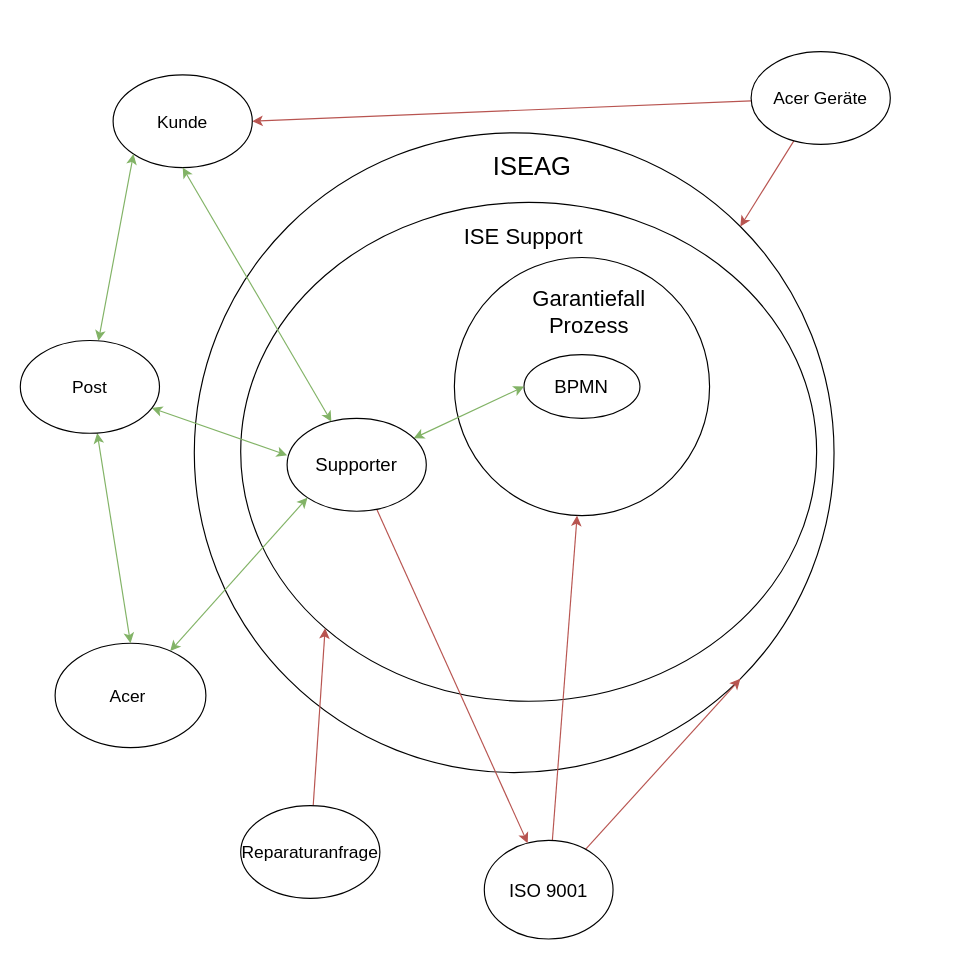
The draw.io diagram ressources/SEUSAG_Garantiefall.drawio in Bazzako/SemArb2-BPM, before the edit. Source tidied: cells renumbered, new cells numbered last; positions are measured from the earlier drawing's top-left corner, leaving out a move shared by most shapes. Both pictures are drawn from the tidied source at 116%, with x=0, y=0 at pixel (20, 51).
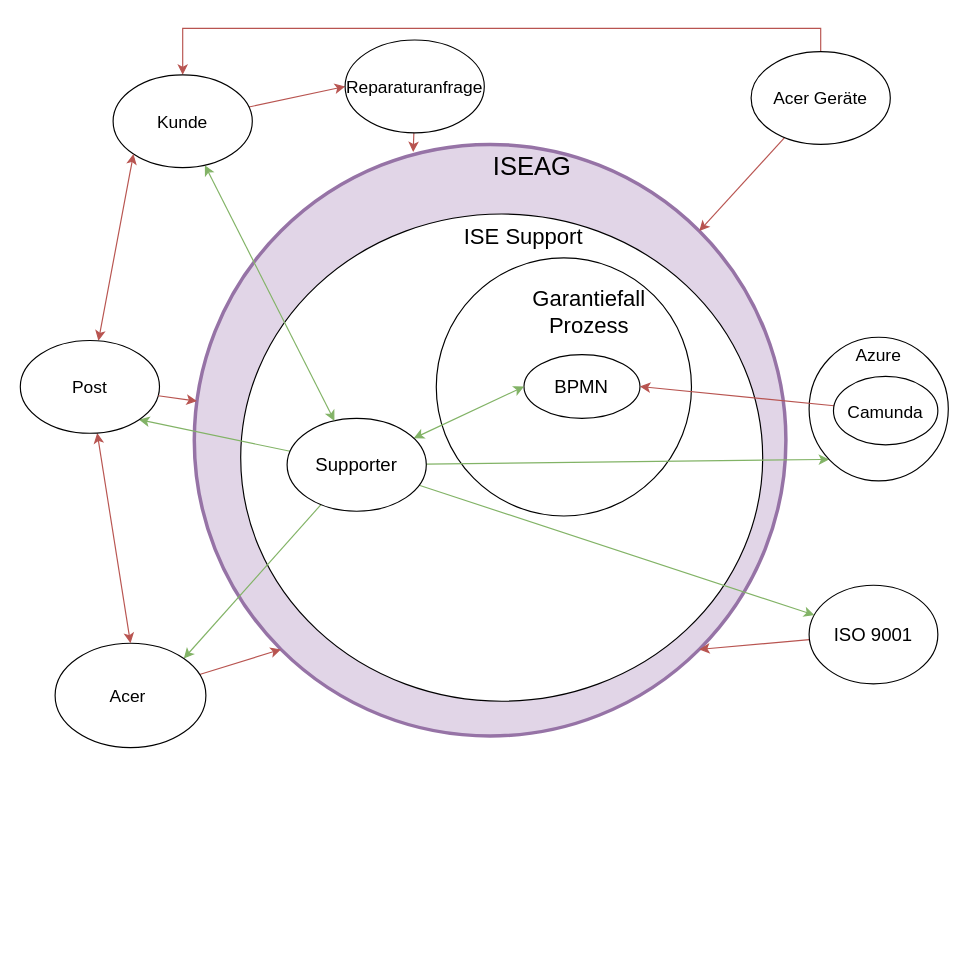
After the change.

Unchanged cells that the change refers to:
```xml
<mxCell id="7" value="&lt;font style=&quot;font-size: 16px;&quot;&gt;BPMN&lt;/font&gt;" style="ellipse;whiteSpace=wrap;html=1;" parent="1" vertex="1">
  <mxGeometry x="434.2" y="261.2" width="100" height="55" as="geometry" />
</mxCell>
<mxCell id="14" value="&lt;font style=&quot;font-size: 16px;&quot;&gt;Supporter&lt;/font&gt;" style="ellipse;whiteSpace=wrap;html=1;" parent="1" vertex="1">
  <mxGeometry x="230" y="316.2" width="120" height="80" as="geometry" />
</mxCell>
<mxCell id="17" value="&lt;font style=&quot;font-size: 15px;&quot;&gt;Acer Geräte&lt;/font&gt;" style="ellipse;whiteSpace=wrap;html=1;" parent="1" vertex="1">
  <mxGeometry x="630" width="120" height="80" as="geometry" />
</mxCell>
<mxCell id="18" value="&lt;font style=&quot;font-size: 15px;&quot;&gt;Kunde&lt;/font&gt;" style="ellipse;whiteSpace=wrap;html=1;" parent="1" vertex="1">
  <mxGeometry x="80" y="20" width="120" height="80" as="geometry" />
</mxCell>
<mxCell id="21" value="&lt;font style=&quot;font-size: 15px;&quot;&gt;Acer&amp;nbsp;&lt;/font&gt;" style="ellipse;whiteSpace=wrap;html=1;" parent="1" vertex="1">
  <mxGeometry x="30" y="510" width="130" height="90" as="geometry" />
</mxCell>
<mxCell id="25" value="&lt;font style=&quot;font-size: 15px;&quot;&gt;Post&lt;/font&gt;" style="ellipse;whiteSpace=wrap;html=1;" parent="1" vertex="1">
  <mxGeometry y="249" width="120" height="80" as="geometry" />
</mxCell>
```

Diff of the diagram source:
```diff
@@
-    <mxCell id="2" style="ellipse;whiteSpace=wrap;html=1;" parent="1" vertex="1">
-      <mxGeometry x="150" y="70" width="551.5" height="551.5" as="geometry" />
+    <mxCell id="2" style="ellipse;whiteSpace=wrap;html=1;strokeWidth=3;fillColor=#e1d5e7;strokeColor=#9673a6;" parent="1" vertex="1">
+      <mxGeometry x="150" y="80" width="510" height="510" as="geometry" />
     </mxCell>
@@
     <mxCell id="4" style="ellipse;whiteSpace=wrap;html=1;" parent="1" vertex="1">
-      <mxGeometry x="190" y="130" width="496.5" height="430" as="geometry" />
+      <mxGeometry x="190" y="140" width="450" height="420" as="geometry" />
     </mxCell>
     <mxCell id="5" style="ellipse;whiteSpace=wrap;html=1;" parent="1" vertex="1">
-      <mxGeometry x="374.2" y="177.5" width="220" height="222.5" as="geometry" />
+      <mxGeometry x="358.6" y="177.8" width="220" height="222.5" as="geometry" />
     </mxCell>
@@
-    <mxCell id="9" style="rounded=0;jettySize=auto;html=1;fillColor=#f8cecc;strokeColor=#b85450;" parent="1" edge="1" source="11">
-      <mxGeometry relative="1" as="geometry">
-        <mxPoint x="480" y="400" as="targetPoint" />
-      </mxGeometry>
-    </mxCell>
@@
     <mxCell id="11" value="&lt;font style=&quot;font-size: 16px;&quot;&gt;ISO 9001&lt;/font&gt;" style="ellipse;whiteSpace=wrap;html=1;" parent="1" vertex="1">
-      <mxGeometry x="400" y="680" width="111" height="85" as="geometry" />
+      <mxGeometry x="680" y="460" width="111" height="85" as="geometry" />
     </mxCell>
-    <mxCell id="12" style="rounded=0;jettySize=auto;html=1;fillColor=#f8cecc;strokeColor=#b85450;" parent="1" edge="1" source="14" target="11">
+    <mxCell id="12" style="rounded=0;jettySize=auto;html=1;fillColor=#d5e8d4;strokeColor=#82b366;" parent="1" edge="1" source="14" target="11">
       <mxGeometry relative="1" as="geometry" />
     </mxCell>
@@
+    <mxCell id="28" style="rounded=0;jettySize=auto;html=1;entryX=0;entryY=1;entryDx=0;entryDy=0;fillColor=#d5e8d4;strokeColor=#82b366;" parent="1" edge="1" source="14" target="35">
+      <mxGeometry relative="1" as="geometry" />
+    </mxCell>
+    <mxCell id="29" style="rounded=0;jettySize=auto;html=1;entryX=1;entryY=0;entryDx=0;entryDy=0;fillColor=#d5e8d4;strokeColor=#82b366;" parent="1" edge="1" source="14" target="21">
+      <mxGeometry relative="1" as="geometry" />
+    </mxCell>
+    <mxCell id="30" style="rounded=0;jettySize=auto;html=1;entryX=1;entryY=1;entryDx=0;entryDy=0;fillColor=#d5e8d4;strokeColor=#82b366;" parent="1" edge="1" source="14" target="25">
+      <mxGeometry relative="1" as="geometry" />
+    </mxCell>
@@
-    <mxCell id="16" style="rounded=0;jettySize=auto;html=1;entryX=1;entryY=0.5;entryDx=0;entryDy=0;fillColor=#f8cecc;strokeColor=#b85450;" parent="1" edge="1" source="17" target="18">
+    <mxCell id="16" style="rounded=0;jettySize=auto;html=1;entryX=0.5;entryY=0;entryDx=0;entryDy=0;fillColor=#f8cecc;strokeColor=#b85450;exitX=0.5;exitY=0;exitDx=0;exitDy=0;edgeStyle=orthogonalEdgeStyle;" parent="1" edge="1" source="17" target="18">
       <mxGeometry relative="1" as="geometry" />
     </mxCell>
@@
+    <mxCell id="31" style="rounded=0;jettySize=auto;html=1;fillColor=#d5e8d4;strokeColor=#82b366;startArrow=classic;startFill=1;" parent="1" edge="1" source="18" target="14">
+      <mxGeometry relative="1" as="geometry" />
+    </mxCell>
+    <mxCell id="32" style="rounded=0;jettySize=auto;html=1;entryX=0;entryY=0.5;entryDx=0;entryDy=0;fillColor=#f8cecc;strokeColor=#b85450;" parent="1" edge="1" source="18" target="27">
+      <mxGeometry relative="1" as="geometry" />
+    </mxCell>
@@
-    <mxCell id="19" style="rounded=0;jettySize=auto;html=1;entryX=0.5;entryY=1;entryDx=0;entryDy=0;fillColor=#d5e8d4;strokeColor=#82b366;startArrow=classic;startFill=1;" parent="1" edge="1" source="14" target="18">
-      <mxGeometry relative="1" as="geometry" />
-    </mxCell>
-    <mxCell id="20" style="rounded=0;jettySize=auto;html=1;entryX=0;entryY=1;entryDx=0;entryDy=0;startArrow=classic;startFill=1;fillColor=#d5e8d4;strokeColor=#82b366;" parent="1" edge="1" source="21" target="14">
-      <mxGeometry relative="1" as="geometry" />
-    </mxCell>
+    <mxCell id="33" style="rounded=0;jettySize=auto;html=1;entryX=0;entryY=1;entryDx=0;entryDy=0;fillColor=#f8cecc;strokeColor=#b85450;" parent="1" edge="1" source="21" target="2">
+      <mxGeometry relative="1" as="geometry" />
+    </mxCell>
@@
-    <mxCell id="22" style="rounded=0;jettySize=auto;html=1;entryX=0;entryY=1;entryDx=0;entryDy=0;fillColor=#d5e8d4;strokeColor=#82b366;startArrow=classic;startFill=1;" parent="1" edge="1" source="25" target="18">
+    <mxCell id="22" style="rounded=0;jettySize=auto;html=1;entryX=0;entryY=1;entryDx=0;entryDy=0;fillColor=#f8cecc;strokeColor=#b85450;startArrow=classic;startFill=1;" parent="1" edge="1" source="25" target="18">
       <mxGeometry relative="1" as="geometry" />
     </mxCell>
-    <mxCell id="23" style="rounded=0;jettySize=auto;html=1;entryX=0.5;entryY=0;entryDx=0;entryDy=0;startArrow=classic;startFill=1;fillColor=#d5e8d4;strokeColor=#82b366;" parent="1" edge="1" source="25" target="21">
+    <mxCell id="23" style="rounded=0;jettySize=auto;html=1;entryX=0.5;entryY=0;entryDx=0;entryDy=0;startArrow=classic;startFill=1;fillColor=#f8cecc;strokeColor=#b85450;" parent="1" edge="1" source="25" target="21">
       <mxGeometry relative="1" as="geometry" />
     </mxCell>
-    <mxCell id="24" style="rounded=0;jettySize=auto;html=1;entryX=0;entryY=0.397;entryDx=0;entryDy=0;startArrow=classic;startFill=1;fillColor=#d5e8d4;strokeColor=#82b366;entryPerimeter=0;" parent="1" edge="1" source="25" target="14">
-      <mxGeometry relative="1" as="geometry" />
-    </mxCell>
@@
-    <mxCell id="26" style="rounded=0;jettySize=auto;html=1;entryX=0;entryY=1;entryDx=0;entryDy=0;fillColor=#f8cecc;strokeColor=#b85450;" parent="1" edge="1" source="27" target="4">
+    <mxCell id="26" style="rounded=0;jettySize=auto;html=1;fillColor=#f8cecc;strokeColor=#b85450;entryX=0.37;entryY=0.013;entryDx=0;entryDy=0;entryPerimeter=0;" parent="1" edge="1" source="27" target="2">
       <mxGeometry relative="1" as="geometry" />
     </mxCell>
     <mxCell id="27" value="&lt;font style=&quot;font-size: 15px;&quot;&gt;Reparaturanfrage&lt;/font&gt;" style="ellipse;whiteSpace=wrap;html=1;" parent="1" vertex="1">
-      <mxGeometry x="190" y="650" width="120" height="80" as="geometry" />
+      <mxGeometry x="280" y="-10" width="120" height="80" as="geometry" />
     </mxCell>
+    <mxCell id="34" style="rounded=0;jettySize=auto;html=1;fillColor=#f8cecc;strokeColor=#b85450;" parent="1" edge="1" source="25" target="2">
+      <mxGeometry relative="1" as="geometry" />
+    </mxCell>
+    <mxCell id="35" value="&lt;font style=&quot;font-size: 15px;&quot;&gt;Azure&lt;/font&gt;" style="ellipse;whiteSpace=wrap;html=1;verticalAlign=top;" parent="1" vertex="1">
+      <mxGeometry x="680" y="246.2" width="120" height="123.8" as="geometry" />
+    </mxCell>
+    <mxCell id="36" style="rounded=0;jettySize=auto;html=1;entryX=1;entryY=0.5;entryDx=0;entryDy=0;fillColor=#f8cecc;strokeColor=#b85450;" parent="1" edge="1" source="37" target="7">
+      <mxGeometry relative="1" as="geometry" />
+    </mxCell>
+    <mxCell id="37" value="&lt;font style=&quot;font-size: 15px;&quot;&gt;Camunda&lt;/font&gt;" style="ellipse;whiteSpace=wrap;html=1;" parent="1" vertex="1">
+      <mxGeometry x="701" y="280" width="90" height="59" as="geometry" />
+    </mxCell>
```
